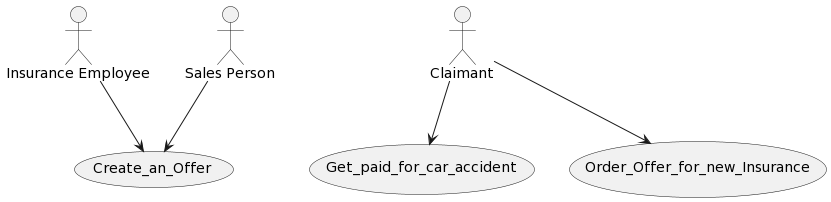
This is img/plantuml-generation-use-case-diagram-example.png from ContextMapper/contextmapper.github.io, a PlantUML export, as it was before one commit. Its diagram source:
```plantuml
@startuml
skinparam componentStyle uml2

"Create_an_Offer" as (Create_an_Offer)
"Get_paid_for_car_accident" as (Get_paid_for_car_accident)
"Order_Offer_for_new_Insurance" as (Order_Offer_for_new_Insurance)

"Claimant" as Actor_0
"Insurance Employee" as Actor_1
"Sales Person" as Actor_2

Actor_0 --> Get_paid_for_car_accident
Actor_0 --> Order_Offer_for_new_Insurance
Actor_1 --> Create_an_Offer
Actor_2 --> Create_an_Offer
@enduml
```
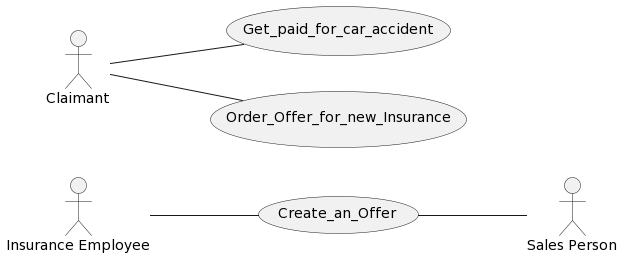
Later version of the same file.

Change to the diagram source:
```diff
@@ -9,8 +9,9 @@
 "Insurance Employee" as Actor_1
 "Sales Person" as Actor_2
 
-Actor_0 --> Get_paid_for_car_accident
-Actor_0 --> Order_Offer_for_new_Insurance
-Actor_1 --> Create_an_Offer
-Actor_2 --> Create_an_Offer
+left to right direction
+Actor_0 -- Get_paid_for_car_accident
+Actor_0 -- Order_Offer_for_new_Insurance
+Actor_1 -- Create_an_Offer
+Create_an_Offer -- Actor_2
 @enduml
```
